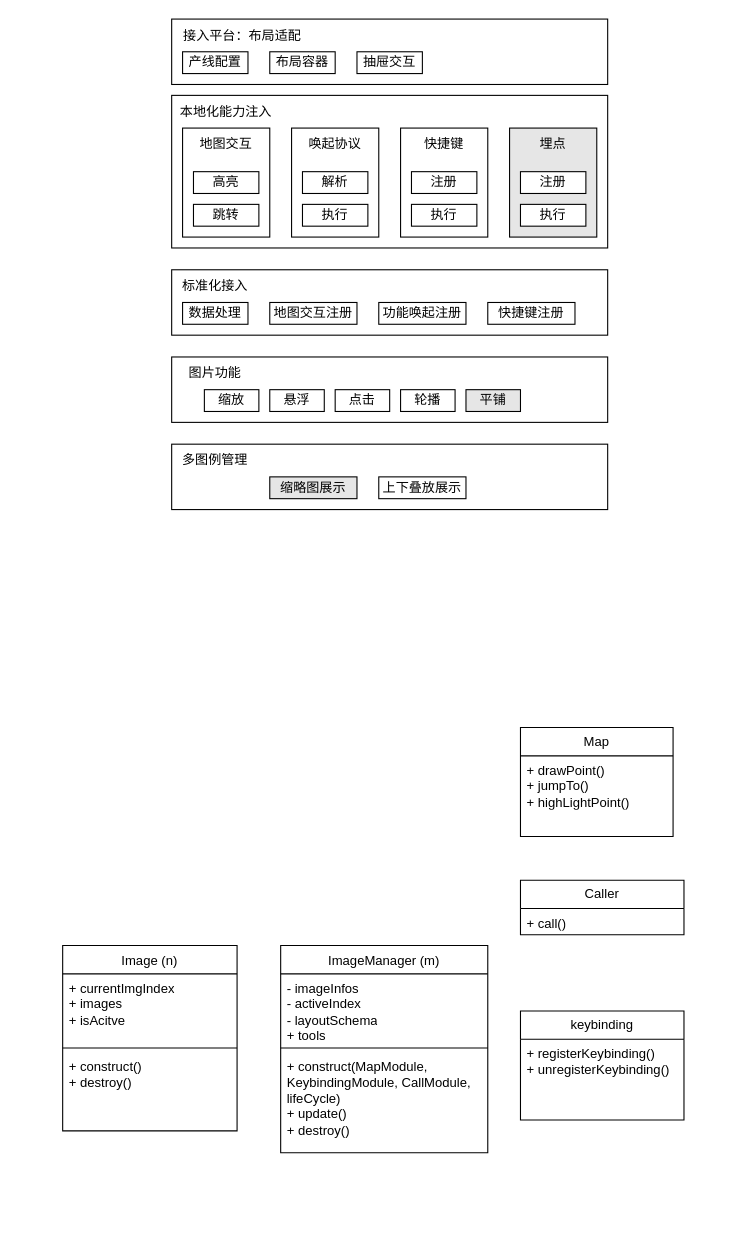
The draw.io diagram 通用图片推荐功能.drawio in Rmttf/draw.io-diagrams, before the edit. Source tidied: cells renumbered, new cells numbered last; positions are measured from the earlier drawing's top-left corner, leaving out a move shared by most shapes. Both pictures are drawn from the tidied source at 109%, with x=0, y=0 at pixel (62, 19).
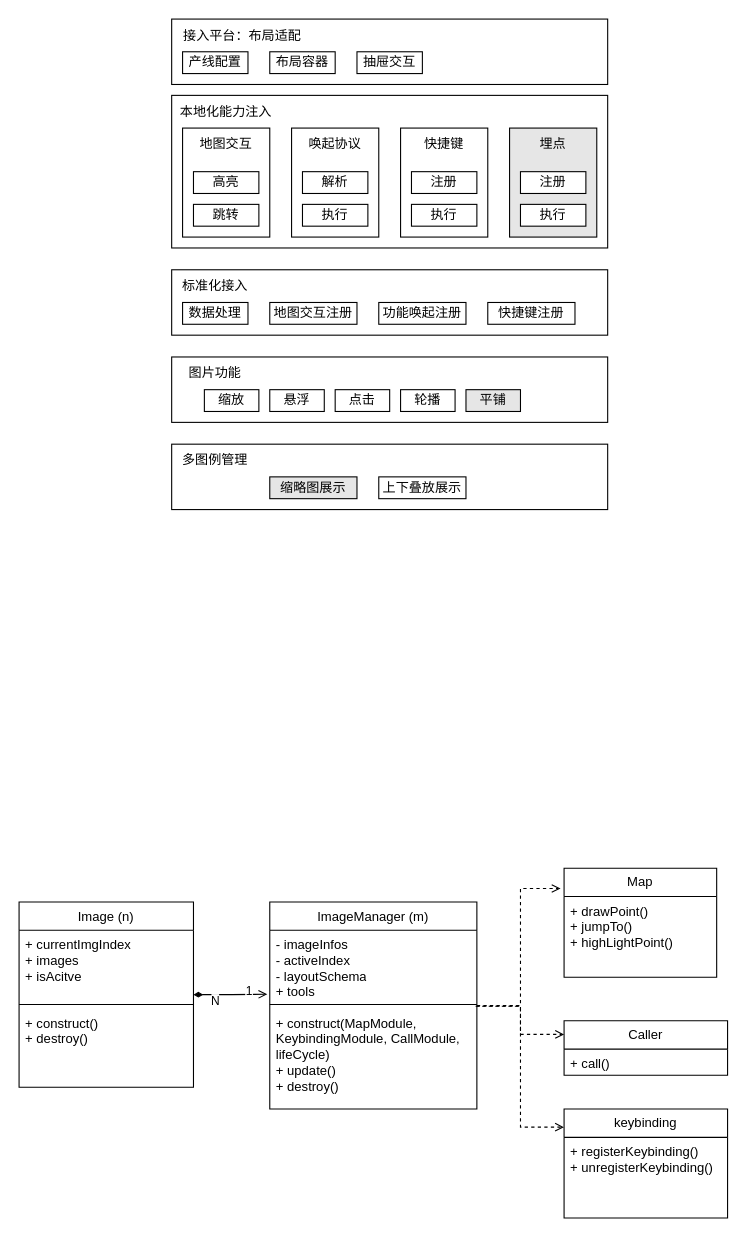
The same diagram, later.

Commit message:
更新通用图片推荐功能.drawio

The change refers to these unchanged cells:
```xml
<mxCell id="45" value="&lt;div&gt;- imageInfos&lt;div&gt;- activeIndex&lt;/div&gt;&lt;div&gt;- layoutSchema&lt;/div&gt;&lt;/div&gt;&lt;div&gt;+ tools&lt;/div&gt;" style="text;strokeColor=none;fillColor=none;align=left;verticalAlign=top;spacingLeft=4;spacingRight=4;overflow=hidden;points=[[0,0.5],[1,0.5]];portConstraint=eastwest;whiteSpace=wrap;html=1;" parent="44" vertex="1">
  <mxGeometry y="26" width="190" height="64" as="geometry" />
</mxCell>
<mxCell id="47" value="+ construct(MapModule, KeybindingModule, CallModule, lifeCycle)&lt;div&gt;&lt;div&gt;+ update()&lt;/div&gt;&lt;div&gt;&lt;span style=&quot;background-color: initial;&quot;&gt;+ destroy()&amp;nbsp;&lt;/span&gt;&amp;nbsp;&lt;/div&gt;&lt;/div&gt;" style="text;strokeColor=none;fillColor=none;align=left;verticalAlign=top;spacingLeft=4;spacingRight=4;overflow=hidden;points=[[0,0.5],[1,0.5]];portConstraint=eastwest;whiteSpace=wrap;html=1;" parent="44" vertex="1">
  <mxGeometry y="98" width="190" height="92" as="geometry" />
</mxCell>
```

The edit, as a diff of the source:
```diff
@@
     <mxCell id="42" value="Map" style="swimlane;fontStyle=0;horizontal=1;startSize=26;fillColor=none;whiteSpace=wrap;html=1;" parent="1" vertex="1">
-      <mxGeometry x="420" y="650" width="140" height="100" as="geometry" />
+      <mxGeometry x="460" y="779" width="140" height="100" as="geometry" />
     </mxCell>
@@
+    <mxCell id="56" style="edgeStyle=orthogonalEdgeStyle;rounded=0;jettySize=auto;html=1;entryX=-0.023;entryY=0.186;entryDx=0;entryDy=0;entryPerimeter=0;dashed=1;endArrow=open;endFill=0;" parent="1" edge="1" source="44" target="42">
+      <mxGeometry relative="1" as="geometry" />
+    </mxCell>
     <mxCell id="44" value="&lt;span style=&quot;font-weight: 400;&quot;&gt;ImageManager (m)&lt;/span&gt;" style="swimlane;fontStyle=1;align=center;verticalAlign=top;horizontal=1;startSize=26;whiteSpace=wrap;html=1;" parent="1" vertex="1">
-      <mxGeometry x="200" y="850" width="190" height="190" as="geometry" />
+      <mxGeometry x="190" y="810" width="190" height="190" as="geometry" />
     </mxCell>
@@
     <mxCell id="48" value="Caller" style="swimlane;fontStyle=0;horizontal=1;startSize=26;fillColor=none;whiteSpace=wrap;html=1;" parent="1" vertex="1">
-      <mxGeometry x="420" y="790" width="150" height="50" as="geometry" />
+      <mxGeometry x="460" y="919" width="150" height="50" as="geometry" />
     </mxCell>
@@
     <mxCell id="50" value="keybinding" style="swimlane;fontStyle=0;horizontal=1;startSize=26;fillColor=none;whiteSpace=wrap;html=1;" parent="1" vertex="1">
-      <mxGeometry x="420" y="910" width="150" height="100" as="geometry" />
+      <mxGeometry x="460" y="1000" width="150" height="100" as="geometry" />
     </mxCell>
@@
+    <mxCell id="57" style="edgeStyle=orthogonalEdgeStyle;rounded=0;jettySize=auto;html=1;startArrow=diamondThin;startFill=1;endArrow=open;endFill=0;entryX=-0.012;entryY=0.916;entryDx=0;entryDy=0;entryPerimeter=0;" parent="1" edge="1" source="52" target="45">
+      <mxGeometry relative="1" as="geometry" />
+    </mxCell>
+    <mxCell id="58" value="N" style="edgeLabel;html=1;align=center;verticalAlign=middle;" parent="57" vertex="1">
+      <mxGeometry x="-0.78" relative="1" as="geometry">
+        <mxPoint x="12" y="5" as="offset" />
+      </mxGeometry>
+    </mxCell>
+    <mxCell id="59" value="1" style="edgeLabel;html=1;align=center;verticalAlign=middle;" parent="57" vertex="1">
+      <mxGeometry x="0.74" y="3" relative="1" as="geometry">
+        <mxPoint x="-8" as="offset" />
+      </mxGeometry>
+    </mxCell>
     <mxCell id="52" value="&lt;span style=&quot;font-weight: 400;&quot;&gt;Image (n)&lt;/span&gt;" style="swimlane;fontStyle=1;align=center;verticalAlign=top;horizontal=1;startSize=26;whiteSpace=wrap;html=1;" parent="1" vertex="1">
-      <mxGeometry y="850" width="160" height="170" as="geometry" />
+      <mxGeometry x="-40" y="810" width="160" height="170" as="geometry" />
     </mxCell>
@@
+    <mxCell id="60" style="edgeStyle=orthogonalEdgeStyle;rounded=0;jettySize=auto;html=1;entryX=0;entryY=0.25;entryDx=0;entryDy=0;dashed=1;endArrow=open;endFill=0;exitX=0.999;exitY=-0.026;exitDx=0;exitDy=0;exitPerimeter=0;" parent="1" edge="1" source="47" target="48">
+      <mxGeometry relative="1" as="geometry" />
+    </mxCell>
+    <mxCell id="61" style="edgeStyle=orthogonalEdgeStyle;rounded=0;jettySize=auto;html=1;entryX=-0.001;entryY=0.166;entryDx=0;entryDy=0;dashed=1;endArrow=open;endFill=0;exitX=0.994;exitY=-0.026;exitDx=0;exitDy=0;exitPerimeter=0;entryPerimeter=0;" parent="1" edge="1" source="47" target="50">
+      <mxGeometry relative="1" as="geometry" />
+    </mxCell>
```
